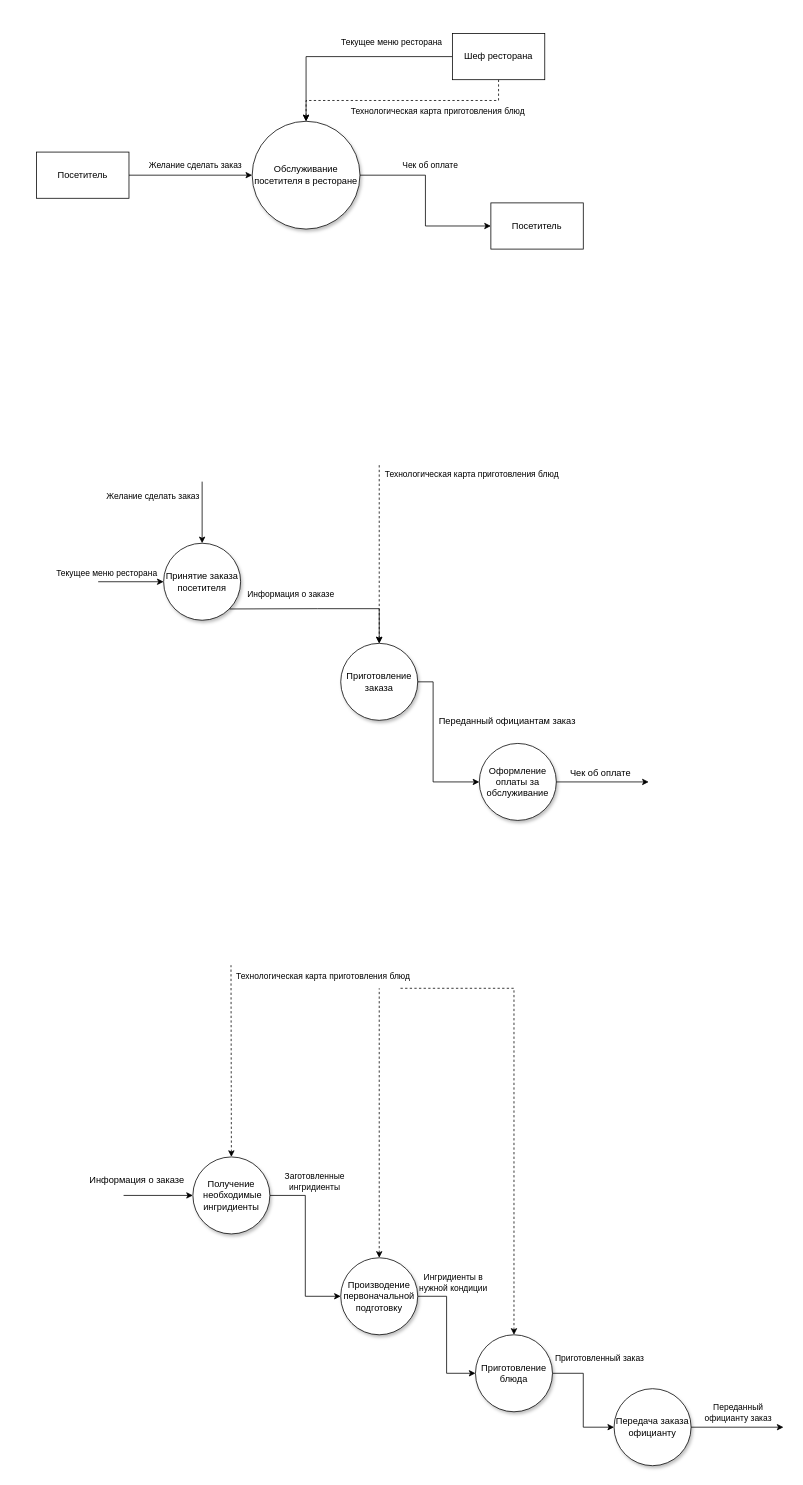
Before: 3course1semestr/Business_process_modeling/Prakt23/pract23.drawio in MShizikU/unik, a draw.io diagram. Source tidied: cells renumbered, new cells numbered last; positions are measured from the earlier drawing's top-left corner, leaving out a move shared by most shapes. Both pictures are drawn from the tidied source at 77%, with x=0, y=0 at pixel (36, 33).
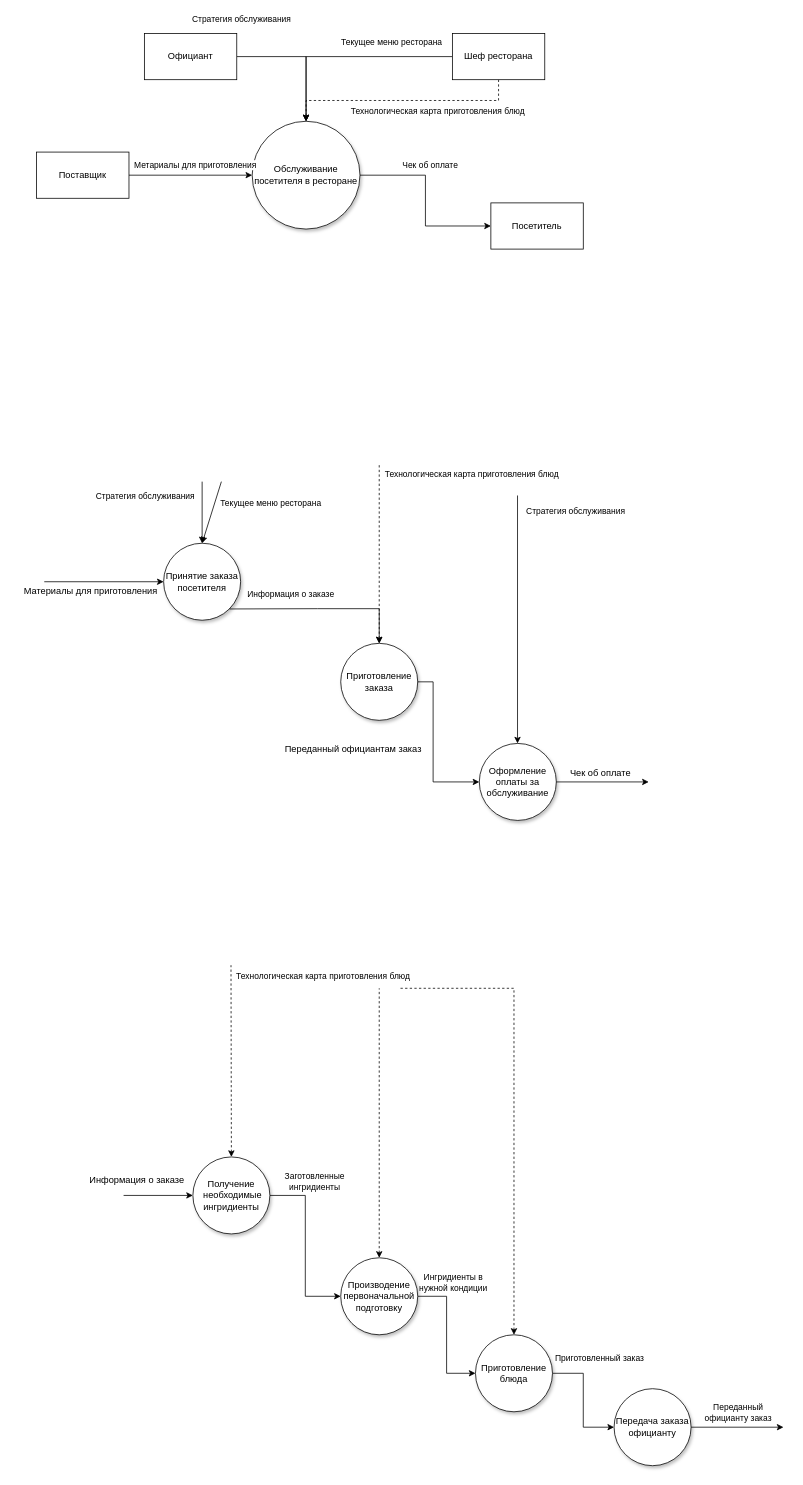
Above is the later version.

Unchanged cells that the change refers to:
```xml
<mxCell id="4" value="Обслуживание посетителя в ресторане" style="ellipse;whiteSpace=wrap;html=1;shadow=1;fillColor=default;strokeColor=#000000;" parent="1" vertex="1">
  <mxGeometry x="280" y="114" width="140" height="140" as="geometry" />
</mxCell>
<mxCell id="5" style="edgeStyle=orthogonalEdgeStyle;rounded=0;jettySize=auto;html=1;exitX=1;exitY=0.5;exitDx=0;exitDy=0;" parent="1" edge="1" source="7" target="4">
  <mxGeometry relative="1" as="geometry" />
</mxCell>
<mxCell id="14" value="Принятие заказа посетителя" style="ellipse;whiteSpace=wrap;html=1;shadow=1;strokeColor=#000000;fillColor=#FFFFFF;" parent="1" vertex="1">
  <mxGeometry x="165" y="662" width="100" height="100" as="geometry" />
</mxCell>
<mxCell id="15" style="endArrow=classic;html=1;rounded=0;shadow=0;entryX=0.5;entryY=0;entryDx=0;entryDy=0;" parent="1" edge="1" target="14">
  <mxGeometry relative="1" as="geometry">
    <mxPoint x="215" y="582" as="sourcePoint" />
  </mxGeometry>
</mxCell>
<mxCell id="21" style="endArrow=classic;html=1;rounded=0;shadow=0;exitX=1;exitY=0.5;exitDx=0;exitDy=0;entryX=0;entryY=0.5;entryDx=0;entryDy=0;" parent="1" edge="1" source="17" target="18">
  <mxGeometry relative="1" as="geometry">
    <Array as="points">
      <mxPoint x="515" y="842" />
      <mxPoint x="515" y="972" />
    </Array>
  </mxGeometry>
</mxCell>
```

The edit, as a diff of the source:
```diff
@@
-    <mxCell id="6" value="Желание сделать заказ&lt;br&gt;" style="edgeLabel;html=1;align=center;verticalAlign=middle;" parent="5" vertex="1">
+    <mxCell id="6" value="Метариалы для приготовления" style="edgeLabel;html=1;align=center;verticalAlign=middle;" parent="5" vertex="1">
       <mxGeometry x="0.18" y="3" relative="1" as="geometry">
         <mxPoint x="-9" y="-11" as="offset" />
       </mxGeometry>
     </mxCell>
-    <mxCell id="7" value="Посетитель" style="rounded=0;whiteSpace=wrap;html=1;" parent="1" vertex="1">
+    <mxCell id="7" value="Поставщик" style="rounded=0;whiteSpace=wrap;html=1;" parent="1" vertex="1">
       <mxGeometry y="154" width="120" height="60" as="geometry" />
     </mxCell>
@@
-    <mxCell id="16" value="Желание сделать заказ" style="edgeLabel;html=1;align=center;verticalAlign=middle;" parent="15" vertex="1">
+    <mxCell id="16" value="Стратегия обслуживания&lt;br&gt;" style="edgeLabel;html=1;align=center;verticalAlign=middle;" parent="15" vertex="1">
       <mxGeometry x="-0.52" y="1" relative="1" as="geometry">
-        <mxPoint x="-66" y="-1" as="offset" />
+        <mxPoint x="-76" y="-1" as="offset" />
       </mxGeometry>
     </mxCell>
@@
     <mxCell id="22" value="Переданный официантам заказ&lt;br&gt;" style="edgeLabel;html=1;align=center;verticalAlign=middle;fontSize=12;fontFamily=Helvetica;fontColor=default;" parent="21" vertex="1">
       <mxGeometry x="-0.36" y="4" relative="1" as="geometry">
-        <mxPoint x="91" y="3" as="offset" />
+        <mxPoint x="-109" y="40" as="offset" />
       </mxGeometry>
     </mxCell>
-    <mxCell id="23" style="endArrow=classic;html=1;rounded=0;shadow=0;entryX=0;entryY=0.5;entryDx=0;entryDy=0;" parent="1" edge="1" target="14">
+    <mxCell id="23" style="endArrow=classic;html=1;rounded=0;shadow=0;" parent="1" edge="1">
       <mxGeometry relative="1" as="geometry">
-        <mxPoint x="80" y="712" as="sourcePoint" />
+        <mxPoint x="240" y="582" as="sourcePoint" />
+        <mxPoint x="215" y="662" as="targetPoint" />
       </mxGeometry>
     </mxCell>
     <mxCell id="24" value="Текущее меню ресторана" style="edgeLabel;html=1;align=center;verticalAlign=middle;" parent="23" vertex="1">
       <mxGeometry x="0.19" y="-4" relative="1" as="geometry">
-        <mxPoint x="-41" y="-16" as="offset" />
+        <mxPoint x="82" y="-19" as="offset" />
       </mxGeometry>
     </mxCell>
@@
+    <mxCell id="47" style="edgeStyle=orthogonalEdgeStyle;rounded=0;jettySize=auto;html=1;entryX=0.5;entryY=0;entryDx=0;entryDy=0;" parent="1" edge="1" source="49" target="4">
+      <mxGeometry relative="1" as="geometry" />
+    </mxCell>
+    <mxCell id="48" value="Стратегия обслуживания&lt;br&gt;" style="edgeLabel;html=1;align=center;verticalAlign=middle;" parent="47" vertex="1">
+      <mxGeometry x="-0.54" y="5" relative="1" as="geometry">
+        <mxPoint x="-35" y="-45" as="offset" />
+      </mxGeometry>
+    </mxCell>
+    <mxCell id="49" value="Официант&lt;br&gt;" style="rounded=0;whiteSpace=wrap;html=1;" parent="1" vertex="1">
+      <mxGeometry x="140" width="120" height="60" as="geometry" />
+    </mxCell>
+    <mxCell id="50" style="endArrow=classic;html=1;rounded=0;" parent="1" edge="1" target="14">
+      <mxGeometry relative="1" as="geometry">
+        <mxPoint x="10" y="712" as="sourcePoint" />
+      </mxGeometry>
+    </mxCell>
+    <mxCell id="51" value="Материалы для приготовления&lt;br&gt;" style="text;html=1;align=center;verticalAlign=middle;strokeColor=none;fillColor=none;" parent="1" vertex="1">
+      <mxGeometry x="-30" y="710" width="200" height="30" as="geometry" />
+    </mxCell>
+    <mxCell id="52" style="endArrow=classic;html=1;rounded=0;shadow=0;entryX=0.5;entryY=0;entryDx=0;entryDy=0;" parent="1" edge="1">
+      <mxGeometry relative="1" as="geometry">
+        <mxPoint x="624.6" y="600" as="sourcePoint" />
+        <mxPoint x="624.6" y="922" as="targetPoint" />
+      </mxGeometry>
+    </mxCell>
+    <mxCell id="53" value="Стратегия обслуживания&lt;br&gt;" style="edgeLabel;html=1;align=center;verticalAlign=middle;" parent="52" vertex="1">
+      <mxGeometry x="-0.52" y="1" relative="1" as="geometry">
+        <mxPoint x="74" y="-58" as="offset" />
+      </mxGeometry>
+    </mxCell>
```
